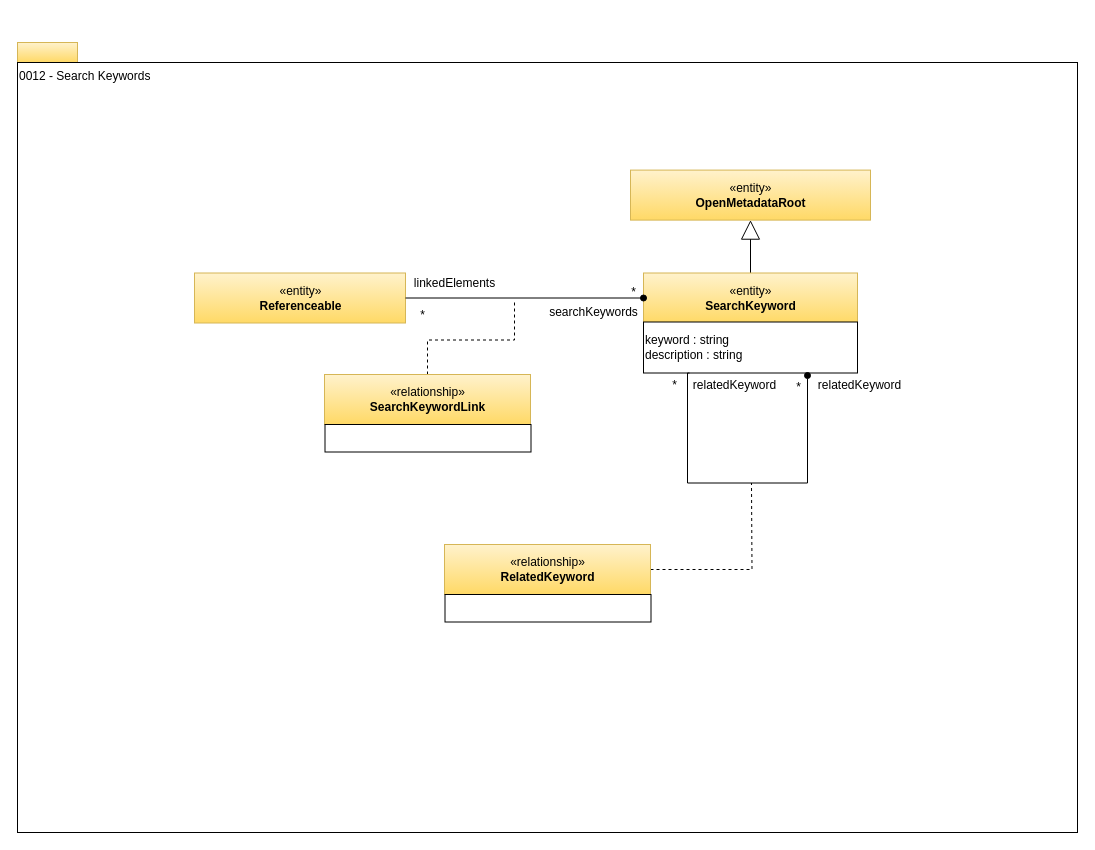
Above: page "0012-Search-Keywords" (6 of 29) of site/docs/types/0/area-0-basic-types-and-infrastructure.drawio in odpi/egeria-docs (draw.io), before the change. Source tidied: cells renumbered, new cells numbered last; positions are measured from the earlier drawing's top-left corner, leaving out a move shared by most shapes. Both pictures are drawn from the tidied source at 100%, with x=0, y=0 at pixel (17, 42).
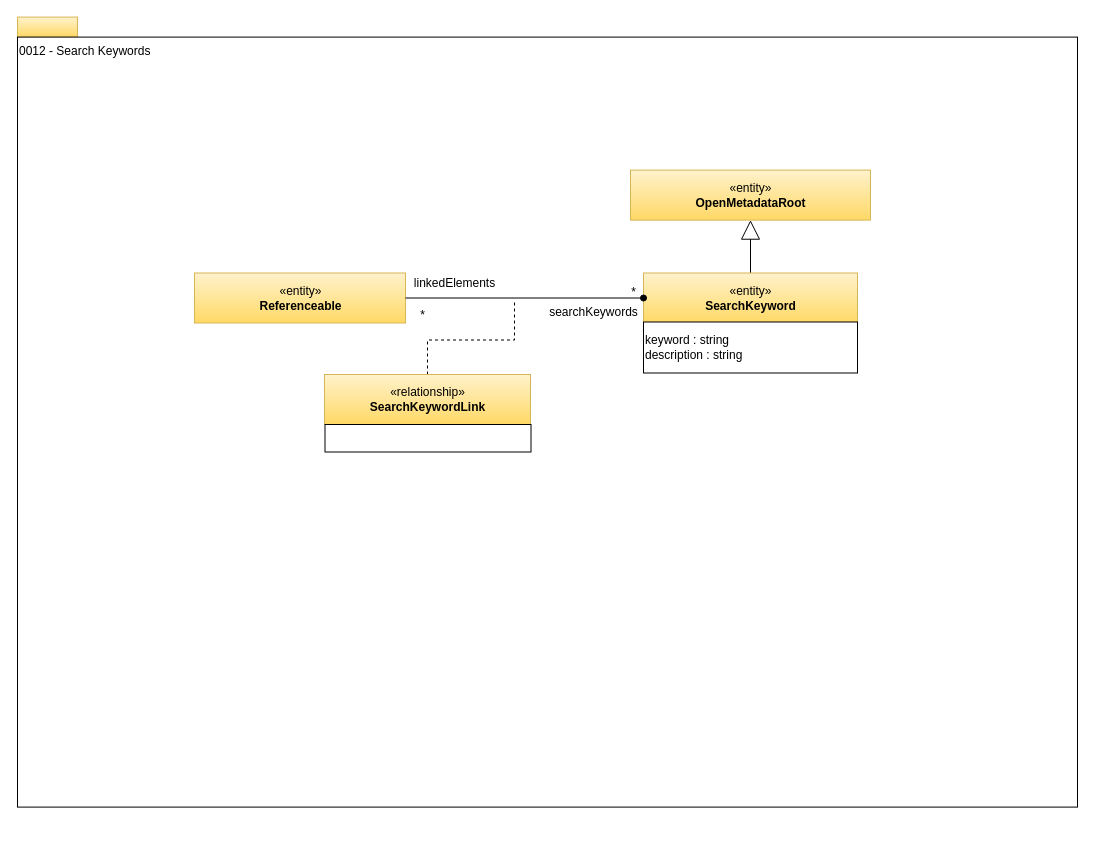
The same diagram, later.

The edit, as a diff of the source:
```diff
@@
     <mxCell id="2" style="rounded=0;whiteSpace=wrap;html=1;align=left;fillColor=#fff2cc;strokeColor=#d6b656;gradientColor=#ffd966;" parent="1" vertex="1">
-      <mxGeometry width="60" height="20" as="geometry" />
+      <mxGeometry y="-25.4" width="60" height="20" as="geometry" />
     </mxCell>
     <mxCell id="3" value="0012 - Search Keywords" style="rounded=0;whiteSpace=wrap;html=1;align=left;verticalAlign=top;" parent="1" vertex="1">
-      <mxGeometry y="20" width="1060" height="770" as="geometry" />
+      <mxGeometry y="-5.4" width="1060" height="770" as="geometry" />
     </mxCell>
-    <mxCell id="4" style="edgeStyle=orthogonalEdgeStyle;rounded=0;html=1;exitX=1;exitY=0.5;dashed=1;endArrow=none;endFill=0;jettySize=auto;" parent="1" edge="1" source="5">
-      <mxGeometry relative="1" as="geometry">
-        <mxPoint x="734" y="440.5" as="targetPoint" />
-      </mxGeometry>
-    </mxCell>
-    <mxCell id="5" value="«relationship»&lt;br&gt;&lt;b&gt;RelatedKeyword&lt;/b&gt;" style="html=1;strokeColor=#d6b656;align=center;fillColor=#fff2cc;gradientColor=#ffd966;" parent="1" vertex="1">
-      <mxGeometry x="427" y="502" width="206" height="50" as="geometry" />
-    </mxCell>
-    <mxCell id="6" style="rounded=0;whiteSpace=wrap;html=1;strokeColor=#000000;gradientColor=#ffffff;align=left;" parent="1" vertex="1">
-      <mxGeometry x="427.5" y="552" width="206" height="27.5" as="geometry" />
-    </mxCell>
-    <mxCell id="7" value="relatedKeyword" style="text;html=1;points=[];align=center;verticalAlign=top;spacingTop=-4;" parent="1" vertex="1">
-      <mxGeometry x="667" y="333" width="100" height="20" as="geometry" />
-    </mxCell>
-    <mxCell id="8" value="*" style="text;html=1;align=center;verticalAlign=top;spacingTop=-4;" parent="1" vertex="1">
-      <mxGeometry x="647" y="333" width="20" height="20" as="geometry" />
-    </mxCell>
-    <mxCell id="9" value="*" style="text;html=1;align=center;verticalAlign=top;spacingTop=-4;" parent="1" vertex="1">
-      <mxGeometry x="773" y="335" width="15" height="14" as="geometry" />
-    </mxCell>
-    <mxCell id="10" value="relatedKeyword" style="text;html=1;align=center;verticalAlign=top;spacingTop=-4;" parent="1" vertex="1">
-      <mxGeometry x="792" y="333" width="100" height="20" as="geometry" />
-    </mxCell>
@@
-    <mxCell id="24" style="edgeStyle=orthogonalEdgeStyle;rounded=0;html=1;exitX=0.05;exitY=-0.125;jettySize=auto;endArrow=oval;endFill=1;exitDx=0;exitDy=0;exitPerimeter=0;" parent="1" edge="1" source="7">
-      <mxGeometry relative="1" as="geometry">
-        <mxPoint x="790" y="333" as="targetPoint" />
-        <Array as="points">
-          <mxPoint x="670" y="330.5" />
-          <mxPoint x="670" y="440.5" />
-          <mxPoint x="790" y="440.5" />
-        </Array>
-      </mxGeometry>
-    </mxCell>
```
